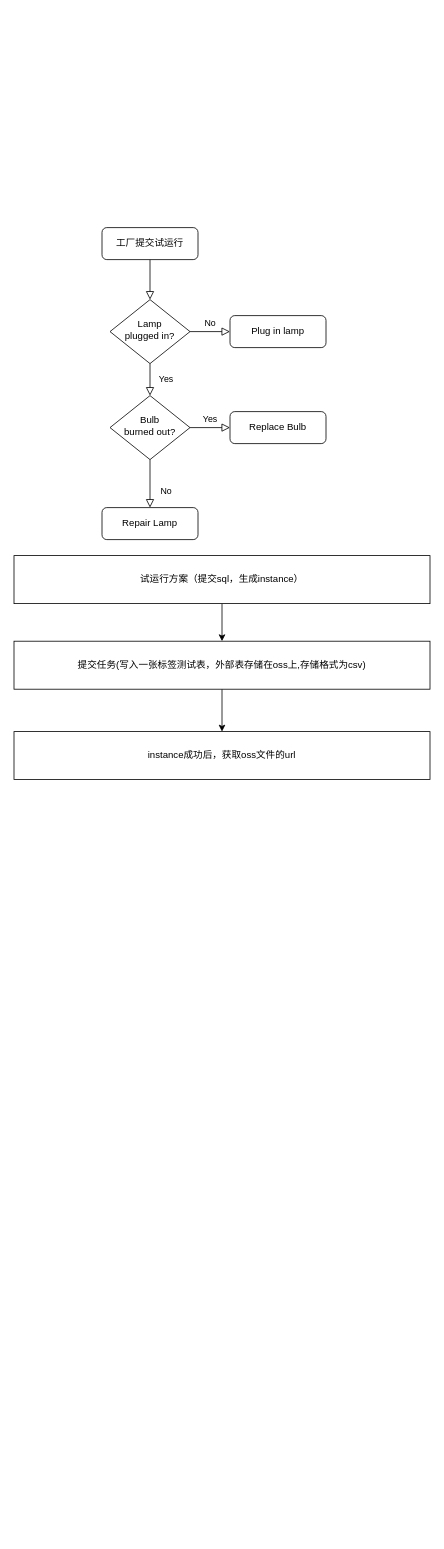
shursulei/document keeps this draw.io diagram as odpsjob设计.drawio. Above is the earlier version. Source tidied: cells renumbered, new cells numbered last; positions are measured from the earlier drawing's top-left corner, leaving out a move shared by most shapes. Both pictures are drawn from the tidied source at 80%, with x=0, y=0 at pixel (14, 227).
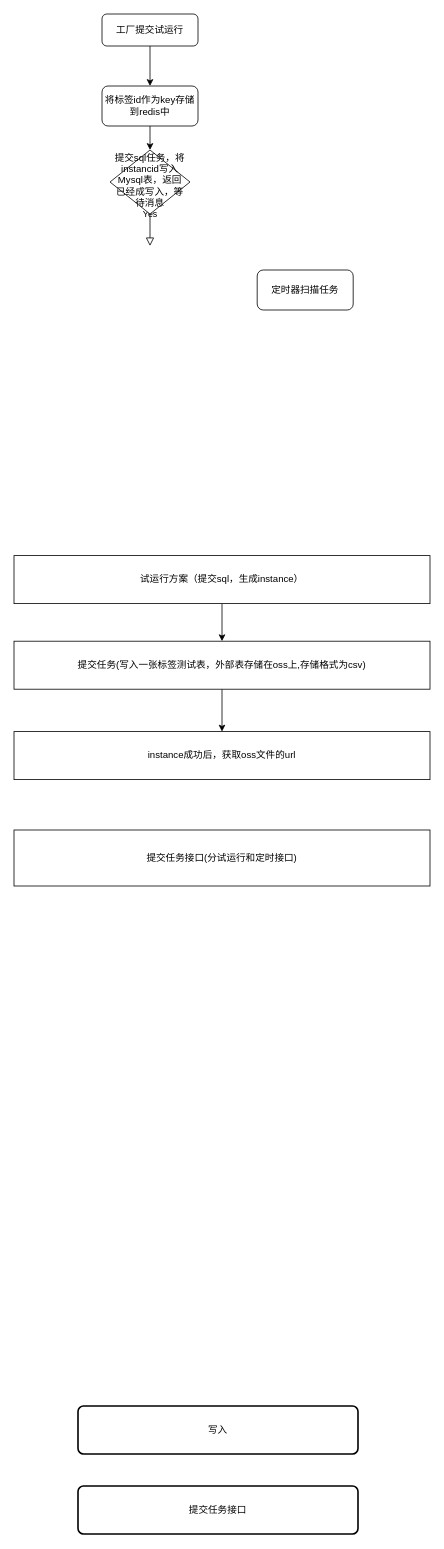
The same page after the edit.

Change to the diagram source:
```diff
@@
 <mxGraphModel>
   <root>
     <mxCell id="0" />
     <mxCell id="1" parent="0" />
-    <mxCell id="2" style="rounded=0;html=1;jettySize=auto;fontSize=11;endArrow=block;endFill=0;endSize=8;strokeWidth=1;shadow=0;labelBackgroundColor=none;edgeStyle=orthogonalEdgeStyle;" parent="1" edge="1" source="3" target="6">
-      <mxGeometry relative="1" as="geometry" />
-    </mxCell>
+    <mxCell id="18" style="edgeStyle=orthogonalEdgeStyle;rounded=0;jettySize=auto;html=1;entryX=0.5;entryY=0;entryDx=0;entryDy=0;" parent="1" edge="1" source="3" target="20">
+      <mxGeometry relative="1" as="geometry" />
+    </mxCell>
     <mxCell id="3" value="工厂提交试运行" style="rounded=1;whiteSpace=wrap;html=1;fontSize=12;glass=0;strokeWidth=1;shadow=0;" parent="1" vertex="1">
-      <mxGeometry x="110" width="120" height="40" as="geometry" />
+      <mxGeometry x="110" y="-267" width="120" height="40" as="geometry" />
     </mxCell>
-    <mxCell id="4" value="Yes" style="rounded=0;html=1;jettySize=auto;fontSize=11;endArrow=block;endFill=0;endSize=8;strokeWidth=1;shadow=0;labelBackgroundColor=none;edgeStyle=orthogonalEdgeStyle;" parent="1" edge="1" source="6" target="10">
-      <mxGeometry y="20" relative="1" as="geometry" />
+    <mxCell id="4" value="Yes" style="rounded=0;html=1;jettySize=auto;fontSize=11;endArrow=block;endFill=0;endSize=8;strokeWidth=1;shadow=0;labelBackgroundColor=none;edgeStyle=orthogonalEdgeStyle;" parent="1" edge="1" source="6">
+      <mxGeometry y="20" relative="1" as="geometry">
+        <mxPoint x="170" y="23" as="targetPoint" />
+      </mxGeometry>
     </mxCell>
-    <mxCell id="5" value="No" style="edgeStyle=orthogonalEdgeStyle;rounded=0;html=1;jettySize=auto;fontSize=11;endArrow=block;endFill=0;endSize=8;strokeWidth=1;shadow=0;labelBackgroundColor=none;" parent="1" edge="1" source="6" target="7">
-      <mxGeometry y="10" relative="1" as="geometry" />
-    </mxCell>
-    <mxCell id="6" value="Lamp&lt;br&gt;plugged in?" style="rhombus;whiteSpace=wrap;html=1;shadow=0;fontFamily=Helvetica;fontSize=12;align=center;strokeWidth=1;spacing=6;spacingTop=-4;" parent="1" vertex="1">
-      <mxGeometry x="120" y="90" width="100" height="80" as="geometry" />
+    <mxCell id="6" value="提交sql任务，将instancid写入Mysql表，返回已经成写入，等待消息" style="rhombus;whiteSpace=wrap;html=1;shadow=0;fontFamily=Helvetica;fontSize=12;align=center;strokeWidth=1;spacing=6;spacingTop=-4;" parent="1" vertex="1">
+      <mxGeometry x="120" y="-97" width="100" height="80" as="geometry" />
     </mxCell>
-    <mxCell id="7" value="Plug in lamp" style="rounded=1;whiteSpace=wrap;html=1;fontSize=12;glass=0;strokeWidth=1;shadow=0;" parent="1" vertex="1">
-      <mxGeometry x="270" y="110" width="120" height="40" as="geometry" />
-    </mxCell>
-    <mxCell id="8" value="No" style="rounded=0;html=1;jettySize=auto;fontSize=11;endArrow=block;endFill=0;endSize=8;strokeWidth=1;shadow=0;labelBackgroundColor=none;edgeStyle=orthogonalEdgeStyle;" parent="1" edge="1" source="10" target="11">
-      <mxGeometry x="0.33" y="20" relative="1" as="geometry" />
-    </mxCell>
-    <mxCell id="9" value="Yes" style="edgeStyle=orthogonalEdgeStyle;rounded=0;html=1;jettySize=auto;fontSize=11;endArrow=block;endFill=0;endSize=8;strokeWidth=1;shadow=0;labelBackgroundColor=none;" parent="1" edge="1" source="10" target="12">
-      <mxGeometry y="10" relative="1" as="geometry" />
-    </mxCell>
-    <mxCell id="10" value="Bulb&lt;br&gt;burned out?" style="rhombus;whiteSpace=wrap;html=1;shadow=0;fontFamily=Helvetica;fontSize=12;align=center;strokeWidth=1;spacing=6;spacingTop=-4;" parent="1" vertex="1">
-      <mxGeometry x="120" y="210" width="100" height="80" as="geometry" />
-    </mxCell>
-    <mxCell id="11" value="Repair Lamp" style="rounded=1;whiteSpace=wrap;html=1;fontSize=12;glass=0;strokeWidth=1;shadow=0;" parent="1" vertex="1">
-      <mxGeometry x="110" y="350" width="120" height="40" as="geometry" />
-    </mxCell>
-    <mxCell id="12" value="Replace Bulb" style="rounded=1;whiteSpace=wrap;html=1;fontSize=12;glass=0;strokeWidth=1;shadow=0;" parent="1" vertex="1">
-      <mxGeometry x="270" y="230" width="120" height="40" as="geometry" />
-    </mxCell>
     <mxCell id="13" style="edgeStyle=orthogonalEdgeStyle;rounded=0;jettySize=auto;html=1;" parent="1" edge="1" source="14" target="16">
       <mxGeometry relative="1" as="geometry" />
     </mxCell>
     <mxCell id="14" value="试运行方案（提交sql，生成instance）" style="rounded=0;whiteSpace=wrap;html=1;" parent="1" vertex="1">
       <mxGeometry y="410" width="520" height="60" as="geometry" />
     </mxCell>
     <mxCell id="15" style="edgeStyle=orthogonalEdgeStyle;rounded=0;jettySize=auto;html=1;exitX=0.5;exitY=1;exitDx=0;exitDy=0;entryX=0.5;entryY=0;entryDx=0;entryDy=0;" parent="1" edge="1" source="16" target="17">
       <mxGeometry relative="1" as="geometry" />
     </mxCell>
     <mxCell id="16" value="提交任务(写入一张标签测试表，外部表存储在oss上,存储格式为csv)" style="rounded=0;whiteSpace=wrap;html=1;" parent="1" vertex="1">
       <mxGeometry y="517" width="520" height="60" as="geometry" />
     </mxCell>
     <mxCell id="17" value="instance成功后，获取oss文件的url" style="rounded=0;whiteSpace=wrap;html=1;" parent="1" vertex="1">
       <mxGeometry y="630" width="520" height="60" as="geometry" />
     </mxCell>
+    <mxCell id="19" style="edgeStyle=orthogonalEdgeStyle;rounded=0;jettySize=auto;html=1;exitX=0.5;exitY=1;exitDx=0;exitDy=0;entryX=0.5;entryY=0;entryDx=0;entryDy=0;" parent="1" edge="1" source="20" target="6">
+      <mxGeometry relative="1" as="geometry" />
+    </mxCell>
+    <mxCell id="20" value="将标签id作为key存储到redis中" style="rounded=1;whiteSpace=wrap;html=1;" parent="1" vertex="1">
+      <mxGeometry x="110" y="-177" width="120" height="50" as="geometry" />
+    </mxCell>
+    <mxCell id="21" value="定时器扫描任务" style="rounded=1;whiteSpace=wrap;html=1;" parent="1" vertex="1">
+      <mxGeometry x="304" y="53" width="120" height="50" as="geometry" />
+    </mxCell>
+    <mxCell id="22" value="提交任务接口(分试运行和定时接口)" style="rounded=0;whiteSpace=wrap;html=1;" parent="1" vertex="1">
+      <mxGeometry y="753" width="520" height="70" as="geometry" />
+    </mxCell>
+    <mxCell id="23" value="提交任务接口" style="rounded=1;whiteSpace=wrap;html=1;absoluteArcSize=1;arcSize=14;strokeWidth=2;" parent="1" vertex="1">
+      <mxGeometry x="80" y="1573" width="350" height="60" as="geometry" />
+    </mxCell>
+    <mxCell id="24" value="&lt;span style=&quot;font-family: &amp;#34;pingfang sc&amp;#34; , &amp;#34;helvetica&amp;#34; , &amp;#34;tahoma&amp;#34; , &amp;#34;arial&amp;#34; , &amp;#34;hiragino sans gb&amp;#34; , &amp;#34;microsoft yahei&amp;#34; , &amp;#34;simsun&amp;#34; , &amp;#34;heiti&amp;#34; , sans-serif ; text-align: left ; background-color: rgb(255 , 255 , 255)&quot;&gt;写入&lt;/span&gt;" style="rounded=1;whiteSpace=wrap;html=1;absoluteArcSize=1;arcSize=14;strokeWidth=2;" parent="1" vertex="1">
+      <mxGeometry x="80" y="1473" width="350" height="60" as="geometry" />
+    </mxCell>
   </root>
 </mxGraphModel>
```
